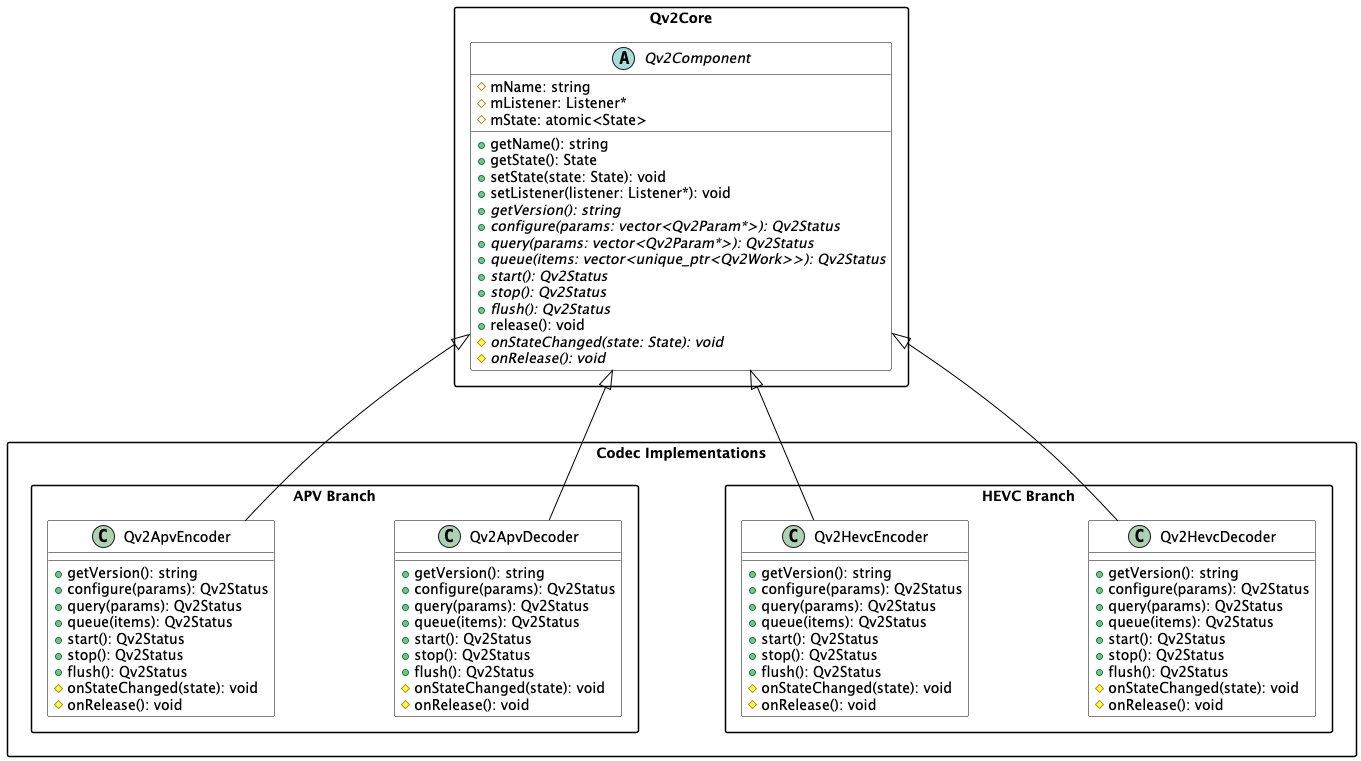
Above: codecs/Qv2Codecs.png in AVCodec12354/QtVcodec (PlantUML), before the change.
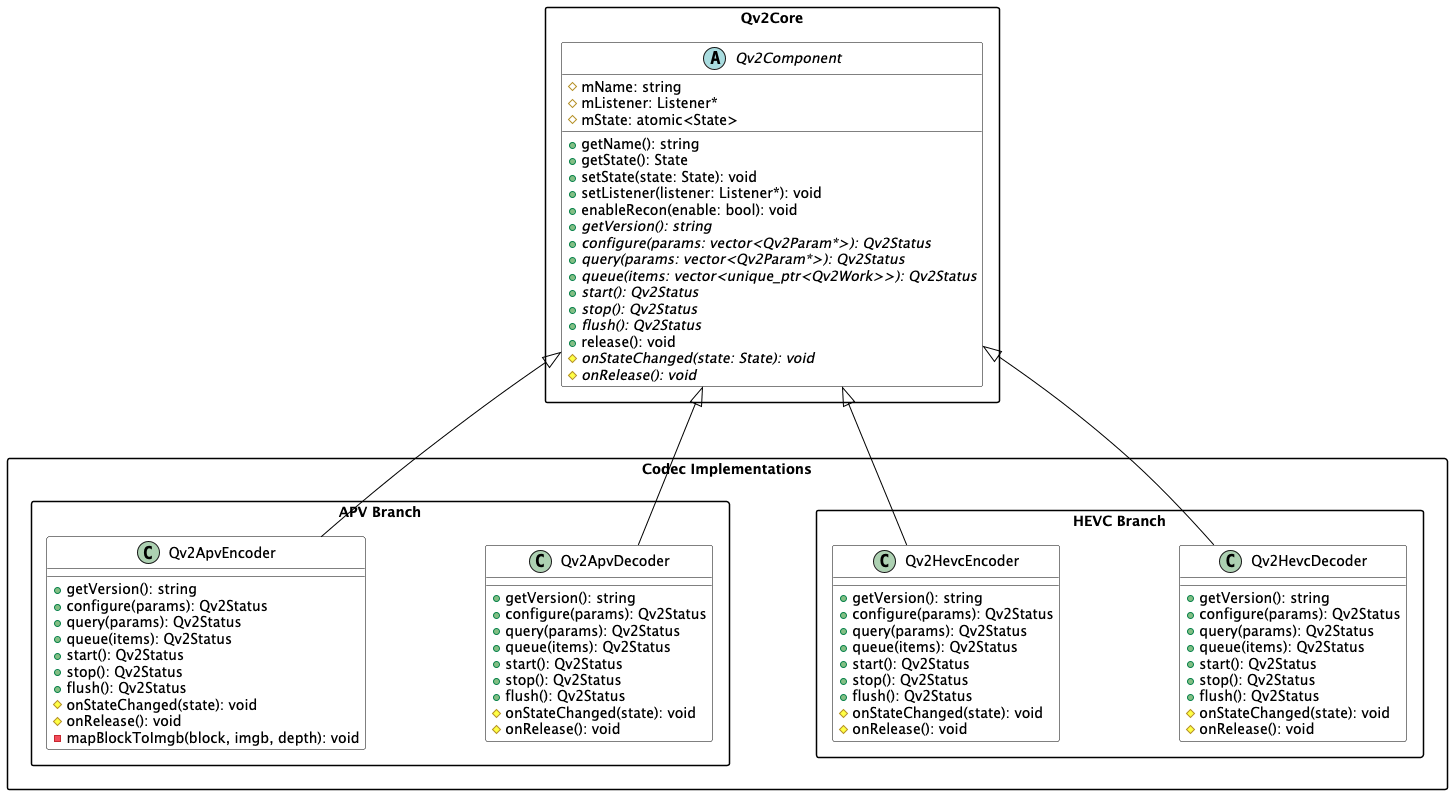
After the change.

The edit, as a diff of the source:
```diff
@@ -20,6 +20,7 @@
         + getState(): State
         + setState(state: State): void
         + setListener(listener: Listener*): void
+        + enableRecon(enable: bool): void
         + {abstract} getVersion(): string
         + {abstract} configure(params: vector<Qv2Param*>): Qv2Status
         + {abstract} query(params: vector<Qv2Param*>): Qv2Status
@@ -46,6 +47,7 @@
             + flush(): Qv2Status
             # onStateChanged(state): void
             # onRelease(): void
+            - mapBlockToImgb(block, imgb, depth): void
         }
 
         class Qv2ApvDecoder {
```
